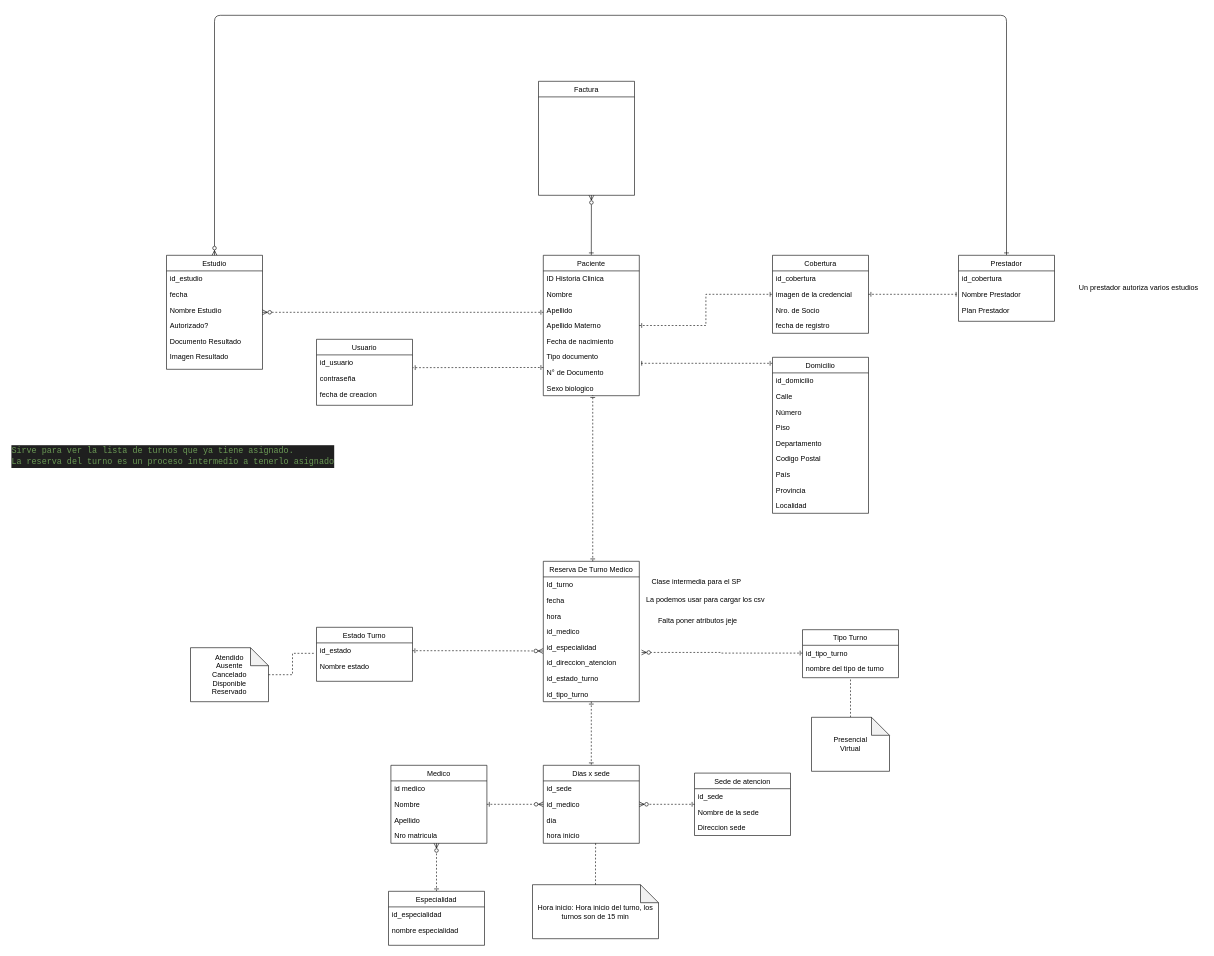
Earlier version of the draw.io diagram hospitalCureSAGrupo09.drawio (TomasFelice/ddbba-tp-integrador). Source tidied: cells renumbered, new cells numbered last; positions are measured from the earlier drawing's top-left corner, leaving out a move shared by most shapes. Both pictures are drawn from the tidied source at 60%, with x=0, y=0 at pixel (10, 15).
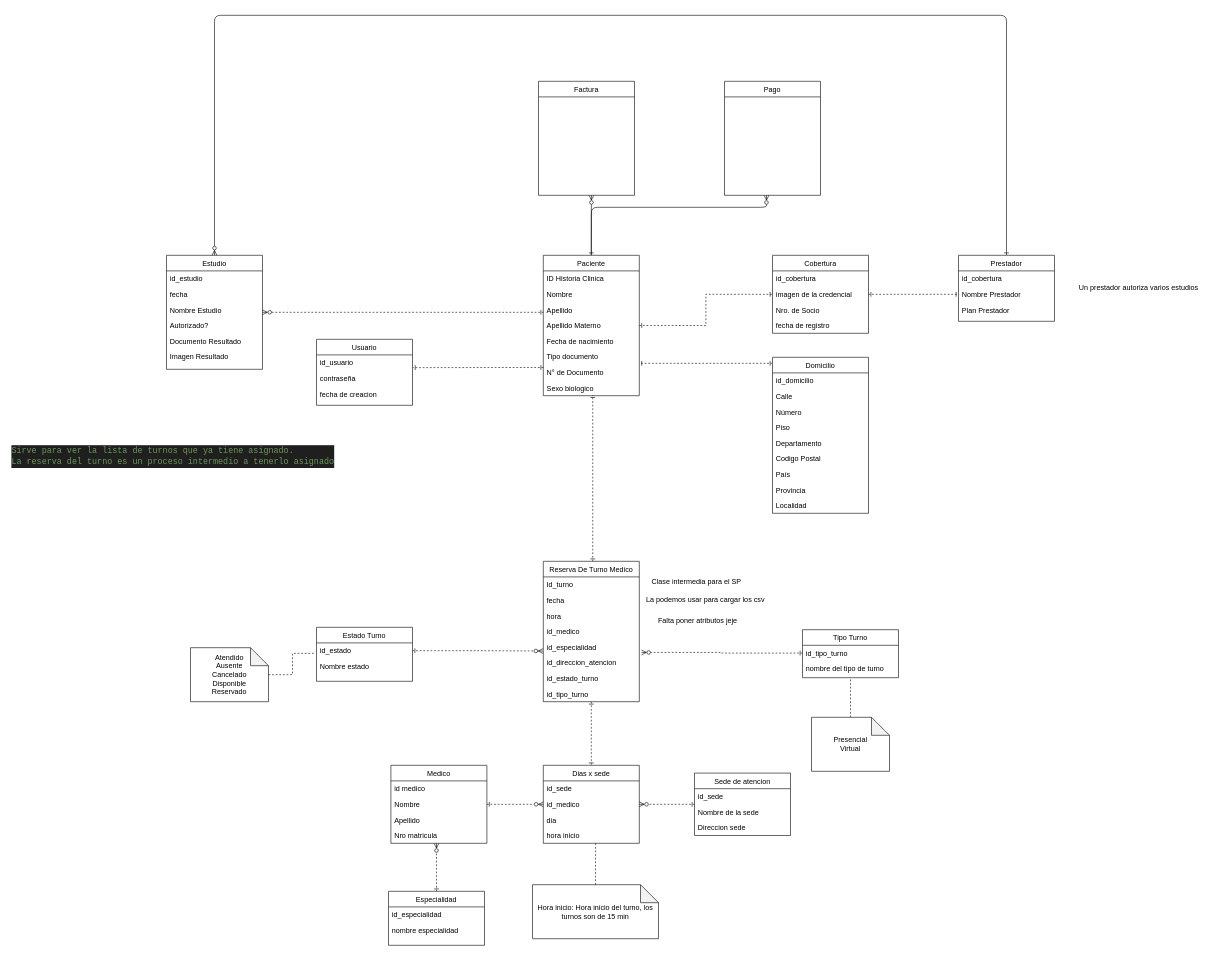
The same page after the edit.

Commit message (it also covers changes not shown here):
actualización estructura, sp y drawios

Unchanged cells that the change refers to:
```xml
<mxCell id="10" value="Paciente" style="swimlane;fontStyle=0;align=center;verticalAlign=top;horizontal=1;startSize=26;rounded=0;shadow=0;strokeWidth=1;" parent="1" vertex="1">
  <mxGeometry x="888" y="400" width="160" height="234" as="geometry" />
</mxCell>
```

What changed in the source:
```diff
@@
+    <mxCell id="100" style="edgeStyle=none;html=1;exitX=0.5;exitY=0;exitDx=0;exitDy=0;endArrow=ERzeroToMany;endFill=0;" parent="1" edge="1" source="10">
+      <mxGeometry relative="1" as="geometry">
+        <mxPoint x="1260" y="300" as="targetPoint" />
+        <Array as="points">
+          <mxPoint x="968" y="320" />
+          <mxPoint x="1260" y="320" />
+        </Array>
+      </mxGeometry>
+    </mxCell>
@@
+    <mxCell id="101" value="Pago" style="swimlane;fontStyle=0;align=center;verticalAlign=top;horizontal=1;startSize=26;rounded=0;shadow=0;strokeWidth=1;" parent="1" vertex="1">
+      <mxGeometry x="1190" y="110" width="160" height="190" as="geometry" />
+    </mxCell>
```
